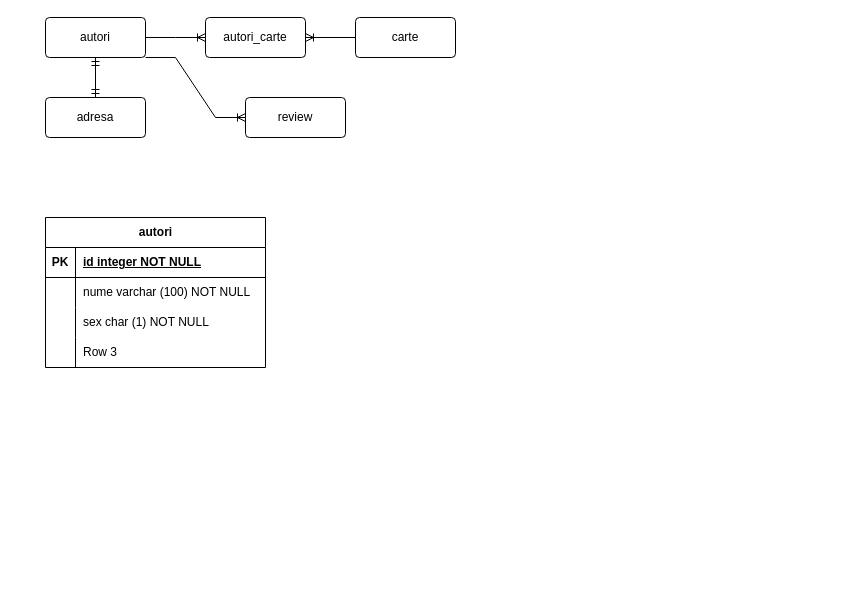
Before: Diagramă fără titlu.drawio in andreea-agrisan/modelare_db, a draw.io diagram. Source tidied: cells renumbered, new cells numbered last; positions are measured from the earlier drawing's top-left corner, leaving out a move shared by most shapes. Both pictures are drawn from the tidied source at 100%, with x=0, y=0 at pixel (45, 17).
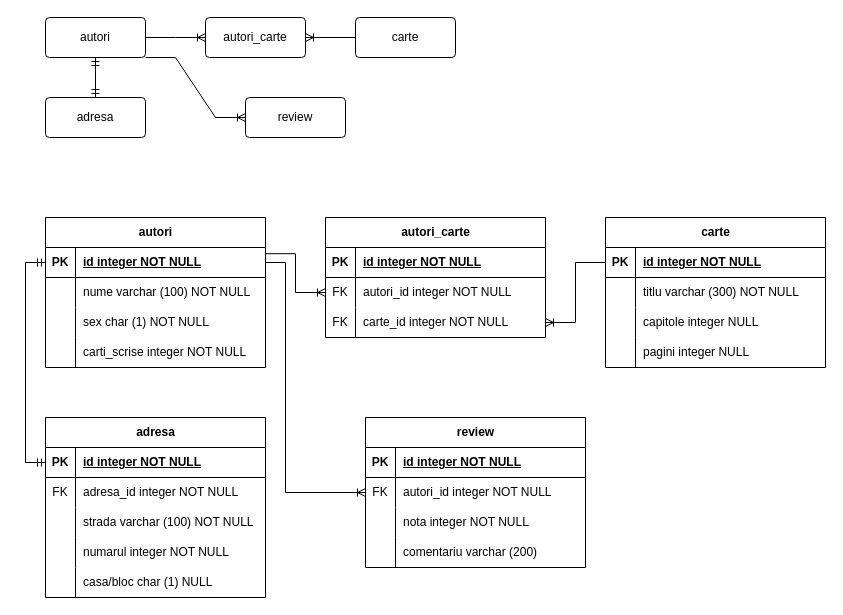
The same page after the edit.

The change refers to these unchanged cells:
```xml
<mxCell id="3" style="shape=tableRow;horizontal=0;startSize=0;swimlaneHead=0;swimlaneBody=0;fillColor=none;points=[[0,0.5],[1,0.5]];portConstraint=eastwest;top=0;left=0;right=0;bottom=1;" parent="2" vertex="1">
  <mxGeometry y="30" width="220" height="30" as="geometry" />
</mxCell>
<mxCell id="12" style="shape=tableRow;horizontal=0;startSize=0;swimlaneHead=0;swimlaneBody=0;fillColor=none;top=0;left=0;right=0;bottom=0;" parent="2" vertex="1">
  <mxGeometry y="120" width="220" height="30" as="geometry" />
</mxCell>
```

What changed in the source:
```diff
@@
-    <mxCell id="14" value="Row 3" style="shape=partialRectangle;fillColor=none;top=0;left=0;bottom=0;right=0;align=left;spacingLeft=6;overflow=hidden;whiteSpace=wrap;html=1;" parent="12" vertex="1">
+    <mxCell id="14" value="carti_scrise integer NOT NULL" style="shape=partialRectangle;fillColor=none;top=0;left=0;bottom=0;right=0;align=left;spacingLeft=6;overflow=hidden;whiteSpace=wrap;html=1;" parent="12" vertex="1">
       <mxGeometry x="30" width="190" height="30" as="geometry" />
     </mxCell>
@@
+    <mxCell id="24" value="autori_carte" style="shape=table;startSize=30;childLayout=tableLayout;rowLines=0;fontStyle=1;align=center;html=1;" parent="1" vertex="1">
+      <mxGeometry x="280" y="200" width="220" height="120" as="geometry" />
+    </mxCell>
+    <mxCell id="25" style="shape=tableRow;horizontal=0;startSize=0;swimlaneHead=0;swimlaneBody=0;fillColor=none;top=0;left=0;right=0;bottom=1;" parent="24" vertex="1">
+      <mxGeometry y="30" width="220" height="30" as="geometry" />
+    </mxCell>
+    <mxCell id="26" value="PK" style="shape=partialRectangle;fillColor=none;top=0;left=0;bottom=0;right=0;fontStyle=1;overflow=hidden;whiteSpace=wrap;html=1;" parent="25" vertex="1">
+      <mxGeometry width="30" height="30" as="geometry" />
+    </mxCell>
+    <mxCell id="27" value="id integer NOT NULL" style="shape=partialRectangle;fillColor=none;top=0;left=0;bottom=0;right=0;align=left;spacingLeft=6;fontStyle=5;overflow=hidden;whiteSpace=wrap;html=1;" parent="25" vertex="1">
+      <mxGeometry x="30" width="190" height="30" as="geometry" />
+    </mxCell>
+    <mxCell id="28" style="shape=tableRow;horizontal=0;startSize=0;swimlaneHead=0;swimlaneBody=0;fillColor=none;points=[[0,0.5],[1,0.5]];portConstraint=eastwest;top=0;left=0;right=0;bottom=0;" parent="24" vertex="1">
+      <mxGeometry y="60" width="220" height="30" as="geometry" />
+    </mxCell>
+    <mxCell id="29" value="FK" style="shape=partialRectangle;fillColor=none;top=0;left=0;bottom=0;right=0;overflow=hidden;whiteSpace=wrap;html=1;" parent="28" vertex="1">
+      <mxGeometry width="30" height="30" as="geometry" />
+    </mxCell>
+    <mxCell id="30" value="autori_id integer NOT NULL" style="shape=partialRectangle;fillColor=none;top=0;left=0;bottom=0;right=0;align=left;spacingLeft=6;overflow=hidden;whiteSpace=wrap;html=1;" parent="28" vertex="1">
+      <mxGeometry x="30" width="190" height="30" as="geometry" />
+    </mxCell>
+    <mxCell id="31" style="shape=tableRow;horizontal=0;startSize=0;swimlaneHead=0;swimlaneBody=0;fillColor=none;points=[[0,0.5],[1,0.5]];portConstraint=eastwest;top=0;left=0;right=0;bottom=0;" parent="24" vertex="1">
+      <mxGeometry y="90" width="220" height="30" as="geometry" />
+    </mxCell>
+    <mxCell id="32" value="FK" style="shape=partialRectangle;fillColor=none;top=0;left=0;bottom=0;right=0;overflow=hidden;whiteSpace=wrap;html=1;" parent="31" vertex="1">
+      <mxGeometry width="30" height="30" as="geometry" />
+    </mxCell>
+    <mxCell id="33" value="carte_id integer NOT NULL" style="shape=partialRectangle;fillColor=none;top=0;left=0;bottom=0;right=0;align=left;spacingLeft=6;overflow=hidden;whiteSpace=wrap;html=1;" parent="31" vertex="1">
+      <mxGeometry x="30" width="190" height="30" as="geometry" />
+    </mxCell>
+    <mxCell id="34" value="carte" style="shape=table;startSize=30;childLayout=tableLayout;rowLines=0;fontStyle=1;align=center;html=1;" parent="1" vertex="1">
+      <mxGeometry x="560" y="200" width="220" height="150" as="geometry" />
+    </mxCell>
+    <mxCell id="35" style="shape=tableRow;horizontal=0;startSize=0;swimlaneHead=0;swimlaneBody=0;fillColor=none;points=[[0,0.5],[1,0.5]];portConstraint=eastwest;top=0;left=0;right=0;bottom=1;" parent="34" vertex="1">
+      <mxGeometry y="30" width="220" height="30" as="geometry" />
+    </mxCell>
+    <mxCell id="36" value="PK" style="shape=partialRectangle;fillColor=none;top=0;left=0;bottom=0;right=0;fontStyle=1;overflow=hidden;whiteSpace=wrap;html=1;" parent="35" vertex="1">
+      <mxGeometry width="30" height="30" as="geometry" />
+    </mxCell>
+    <mxCell id="37" value="id integer NOT NULL" style="shape=partialRectangle;fillColor=none;top=0;left=0;bottom=0;right=0;align=left;spacingLeft=6;fontStyle=5;overflow=hidden;whiteSpace=wrap;html=1;" parent="35" vertex="1">
+      <mxGeometry x="30" width="190" height="30" as="geometry" />
+    </mxCell>
+    <mxCell id="38" style="shape=tableRow;horizontal=0;startSize=0;swimlaneHead=0;swimlaneBody=0;fillColor=none;top=0;left=0;right=0;bottom=0;" parent="34" vertex="1">
+      <mxGeometry y="60" width="220" height="30" as="geometry" />
+    </mxCell>
+    <mxCell id="39" style="shape=partialRectangle;fillColor=none;top=0;left=0;bottom=0;right=0;overflow=hidden;whiteSpace=wrap;html=1;" parent="38" vertex="1">
+      <mxGeometry width="30" height="30" as="geometry" />
+    </mxCell>
+    <mxCell id="40" value="titlu varchar (300) NOT NULL&amp;nbsp;" style="shape=partialRectangle;fillColor=none;top=0;left=0;bottom=0;right=0;align=left;spacingLeft=6;overflow=hidden;whiteSpace=wrap;html=1;" parent="38" vertex="1">
+      <mxGeometry x="30" width="190" height="30" as="geometry" />
+    </mxCell>
+    <mxCell id="41" style="shape=tableRow;horizontal=0;startSize=0;swimlaneHead=0;swimlaneBody=0;fillColor=none;top=0;left=0;right=0;bottom=0;" parent="34" vertex="1">
+      <mxGeometry y="90" width="220" height="30" as="geometry" />
+    </mxCell>
+    <mxCell id="42" style="shape=partialRectangle;fillColor=none;top=0;left=0;bottom=0;right=0;overflow=hidden;whiteSpace=wrap;html=1;" parent="41" vertex="1">
+      <mxGeometry width="30" height="30" as="geometry" />
+    </mxCell>
+    <mxCell id="43" value="capitole integer NULL" style="shape=partialRectangle;fillColor=none;top=0;left=0;bottom=0;right=0;align=left;spacingLeft=6;overflow=hidden;whiteSpace=wrap;html=1;" parent="41" vertex="1">
+      <mxGeometry x="30" width="190" height="30" as="geometry" />
+    </mxCell>
+    <mxCell id="44" style="shape=tableRow;horizontal=0;startSize=0;swimlaneHead=0;swimlaneBody=0;fillColor=none;top=0;left=0;right=0;bottom=0;" parent="34" vertex="1">
+      <mxGeometry y="120" width="220" height="30" as="geometry" />
+    </mxCell>
+    <mxCell id="45" style="shape=partialRectangle;fillColor=none;top=0;left=0;bottom=0;right=0;overflow=hidden;whiteSpace=wrap;html=1;" parent="44" vertex="1">
+      <mxGeometry width="30" height="30" as="geometry" />
+    </mxCell>
+    <mxCell id="46" value="pagini integer NULL" style="shape=partialRectangle;fillColor=none;top=0;left=0;bottom=0;right=0;align=left;spacingLeft=6;overflow=hidden;whiteSpace=wrap;html=1;" parent="44" vertex="1">
+      <mxGeometry x="30" width="190" height="30" as="geometry" />
+    </mxCell>
+    <mxCell id="47" value="adresa" style="shape=table;startSize=30;childLayout=tableLayout;rowLines=0;fontStyle=1;align=center;html=1;" parent="1" vertex="1">
+      <mxGeometry y="400" width="220" height="180" as="geometry" />
+    </mxCell>
+    <mxCell id="48" style="shape=tableRow;horizontal=0;startSize=0;swimlaneHead=0;swimlaneBody=0;fillColor=none;points=[[0,0.5],[1,0.5]];portConstraint=eastwest;top=0;left=0;right=0;bottom=1;" parent="47" vertex="1">
+      <mxGeometry y="30" width="220" height="30" as="geometry" />
+    </mxCell>
+    <mxCell id="49" value="PK" style="shape=partialRectangle;fillColor=none;top=0;left=0;bottom=0;right=0;fontStyle=1;overflow=hidden;whiteSpace=wrap;html=1;" parent="48" vertex="1">
+      <mxGeometry width="30" height="30" as="geometry" />
+    </mxCell>
+    <mxCell id="50" value="id integer NOT NULL" style="shape=partialRectangle;fillColor=none;top=0;left=0;bottom=0;right=0;align=left;spacingLeft=6;fontStyle=5;overflow=hidden;whiteSpace=wrap;html=1;" parent="48" vertex="1">
+      <mxGeometry x="30" width="190" height="30" as="geometry" />
+    </mxCell>
+    <mxCell id="51" style="shape=tableRow;horizontal=0;startSize=0;swimlaneHead=0;swimlaneBody=0;fillColor=none;top=0;left=0;right=0;bottom=0;" parent="47" vertex="1">
+      <mxGeometry y="60" width="220" height="30" as="geometry" />
+    </mxCell>
+    <mxCell id="52" value="FK" style="shape=partialRectangle;fillColor=none;top=0;left=0;bottom=0;right=0;overflow=hidden;whiteSpace=wrap;html=1;" parent="51" vertex="1">
+      <mxGeometry width="30" height="30" as="geometry" />
+    </mxCell>
+    <mxCell id="53" value="adresa_id integer NOT NULL" style="shape=partialRectangle;fillColor=none;top=0;left=0;bottom=0;right=0;align=left;spacingLeft=6;overflow=hidden;whiteSpace=wrap;html=1;" parent="51" vertex="1">
+      <mxGeometry x="30" width="190" height="30" as="geometry" />
+    </mxCell>
+    <mxCell id="54" style="shape=tableRow;horizontal=0;startSize=0;swimlaneHead=0;swimlaneBody=0;fillColor=none;top=0;left=0;right=0;bottom=0;" parent="47" vertex="1">
+      <mxGeometry y="90" width="220" height="30" as="geometry" />
+    </mxCell>
+    <mxCell id="55" style="shape=partialRectangle;fillColor=none;top=0;left=0;bottom=0;right=0;overflow=hidden;whiteSpace=wrap;html=1;" parent="54" vertex="1">
+      <mxGeometry width="30" height="30" as="geometry" />
+    </mxCell>
+    <mxCell id="56" value="strada varchar (100) NOT NULL&amp;nbsp;" style="shape=partialRectangle;fillColor=none;top=0;left=0;bottom=0;right=0;align=left;spacingLeft=6;overflow=hidden;whiteSpace=wrap;html=1;" parent="54" vertex="1">
+      <mxGeometry x="30" width="190" height="30" as="geometry" />
+    </mxCell>
+    <mxCell id="57" style="shape=tableRow;horizontal=0;startSize=0;swimlaneHead=0;swimlaneBody=0;fillColor=none;top=0;left=0;right=0;bottom=0;" parent="47" vertex="1">
+      <mxGeometry y="120" width="220" height="30" as="geometry" />
+    </mxCell>
+    <mxCell id="58" style="shape=partialRectangle;fillColor=none;top=0;left=0;bottom=0;right=0;overflow=hidden;whiteSpace=wrap;html=1;" parent="57" vertex="1">
+      <mxGeometry width="30" height="30" as="geometry" />
+    </mxCell>
+    <mxCell id="59" value="numarul integer NOT NULL" style="shape=partialRectangle;fillColor=none;top=0;left=0;bottom=0;right=0;align=left;spacingLeft=6;overflow=hidden;whiteSpace=wrap;html=1;" parent="57" vertex="1">
+      <mxGeometry x="30" width="190" height="30" as="geometry" />
+    </mxCell>
+    <mxCell id="60" style="shape=tableRow;horizontal=0;startSize=0;swimlaneHead=0;swimlaneBody=0;fillColor=none;top=0;left=0;right=0;bottom=0;" parent="47" vertex="1">
+      <mxGeometry y="150" width="220" height="30" as="geometry" />
+    </mxCell>
+    <mxCell id="61" style="shape=partialRectangle;fillColor=none;top=0;left=0;bottom=0;right=0;overflow=hidden;whiteSpace=wrap;html=1;" parent="60" vertex="1">
+      <mxGeometry width="30" height="30" as="geometry" />
+    </mxCell>
+    <mxCell id="62" value="casa/bloc char (1) NULL" style="shape=partialRectangle;fillColor=none;top=0;left=0;bottom=0;right=0;align=left;spacingLeft=6;overflow=hidden;whiteSpace=wrap;html=1;" parent="60" vertex="1">
+      <mxGeometry x="30" width="190" height="30" as="geometry" />
+    </mxCell>
+    <mxCell id="63" value="review" style="shape=table;startSize=30;childLayout=tableLayout;rowLines=0;fontStyle=1;align=center;html=1;" parent="1" vertex="1">
+      <mxGeometry x="320" y="400" width="220" height="150" as="geometry" />
+    </mxCell>
+    <mxCell id="64" style="shape=tableRow;horizontal=0;startSize=0;swimlaneHead=0;swimlaneBody=0;fillColor=none;top=0;left=0;right=0;bottom=1;" parent="63" vertex="1">
+      <mxGeometry y="30" width="220" height="30" as="geometry" />
+    </mxCell>
+    <mxCell id="65" value="PK" style="shape=partialRectangle;fillColor=none;top=0;left=0;bottom=0;right=0;fontStyle=1;overflow=hidden;whiteSpace=wrap;html=1;" parent="64" vertex="1">
+      <mxGeometry width="30" height="30" as="geometry" />
+    </mxCell>
+    <mxCell id="66" value="id integer NOT NULL" style="shape=partialRectangle;fillColor=none;top=0;left=0;bottom=0;right=0;align=left;spacingLeft=6;fontStyle=5;overflow=hidden;whiteSpace=wrap;html=1;" parent="64" vertex="1">
+      <mxGeometry x="30" width="190" height="30" as="geometry" />
+    </mxCell>
+    <mxCell id="67" style="shape=tableRow;horizontal=0;startSize=0;swimlaneHead=0;swimlaneBody=0;fillColor=none;points=[[0,0.5],[1,0.5]];portConstraint=eastwest;top=0;left=0;right=0;bottom=0;" parent="63" vertex="1">
+      <mxGeometry y="60" width="220" height="30" as="geometry" />
+    </mxCell>
+    <mxCell id="68" value="FK" style="shape=partialRectangle;fillColor=none;top=0;left=0;bottom=0;right=0;overflow=hidden;whiteSpace=wrap;html=1;" parent="67" vertex="1">
+      <mxGeometry width="30" height="30" as="geometry" />
+    </mxCell>
+    <mxCell id="69" value="autori_id integer NOT NULL" style="shape=partialRectangle;fillColor=none;top=0;left=0;bottom=0;right=0;align=left;spacingLeft=6;overflow=hidden;whiteSpace=wrap;html=1;" parent="67" vertex="1">
+      <mxGeometry x="30" width="190" height="30" as="geometry" />
+    </mxCell>
+    <mxCell id="70" style="shape=tableRow;horizontal=0;startSize=0;swimlaneHead=0;swimlaneBody=0;fillColor=none;top=0;left=0;right=0;bottom=0;" parent="63" vertex="1">
+      <mxGeometry y="90" width="220" height="30" as="geometry" />
+    </mxCell>
+    <mxCell id="71" style="shape=partialRectangle;fillColor=none;top=0;left=0;bottom=0;right=0;overflow=hidden;whiteSpace=wrap;html=1;" parent="70" vertex="1">
+      <mxGeometry width="30" height="30" as="geometry" />
+    </mxCell>
+    <mxCell id="72" value="nota integer NOT NULL" style="shape=partialRectangle;fillColor=none;top=0;left=0;bottom=0;right=0;align=left;spacingLeft=6;overflow=hidden;whiteSpace=wrap;html=1;" parent="70" vertex="1">
+      <mxGeometry x="30" width="190" height="30" as="geometry" />
+    </mxCell>
+    <mxCell id="73" style="shape=tableRow;horizontal=0;startSize=0;swimlaneHead=0;swimlaneBody=0;fillColor=none;top=0;left=0;right=0;bottom=0;" parent="63" vertex="1">
+      <mxGeometry y="120" width="220" height="30" as="geometry" />
+    </mxCell>
+    <mxCell id="74" style="shape=partialRectangle;fillColor=none;top=0;left=0;bottom=0;right=0;overflow=hidden;whiteSpace=wrap;html=1;" parent="73" vertex="1">
+      <mxGeometry width="30" height="30" as="geometry" />
+    </mxCell>
+    <mxCell id="75" value="comentariu varchar (200)" style="shape=partialRectangle;fillColor=none;top=0;left=0;bottom=0;right=0;align=left;spacingLeft=6;overflow=hidden;whiteSpace=wrap;html=1;" parent="73" vertex="1">
+      <mxGeometry x="30" width="190" height="30" as="geometry" />
+    </mxCell>
+    <mxCell id="76" style="edgeStyle=entityRelationEdgeStyle;fontSize=12;html=1;endArrow=ERoneToMany;rounded=0;exitX=1;exitY=0.207;exitDx=0;exitDy=0;entryX=0;entryY=0.5;entryDx=0;entryDy=0;exitPerimeter=0;" parent="1" edge="1" source="3" target="28">
+      <mxGeometry relative="1" as="geometry" />
+    </mxCell>
+    <mxCell id="77" style="edgeStyle=entityRelationEdgeStyle;fontSize=12;html=1;endArrow=ERoneToMany;rounded=0;exitX=0;exitY=0.5;exitDx=0;exitDy=0;entryX=1;entryY=0.5;entryDx=0;entryDy=0;" parent="1" edge="1" source="35" target="31">
+      <mxGeometry relative="1" as="geometry" />
+    </mxCell>
+    <mxCell id="78" style="edgeStyle=orthogonalEdgeStyle;fontSize=12;html=1;endArrow=ERoneToMany;rounded=0;exitX=1;exitY=0.5;exitDx=0;exitDy=0;entryX=0;entryY=0.5;entryDx=0;entryDy=0;" parent="1" edge="1" source="3" target="67">
+      <mxGeometry relative="1" as="geometry">
+        <Array as="points">
+          <mxPoint x="240" y="245" />
+          <mxPoint x="240" y="475" />
+        </Array>
+      </mxGeometry>
+    </mxCell>
+    <mxCell id="79" style="edgeStyle=orthogonalEdgeStyle;fontSize=12;html=1;endArrow=ERmandOne;startArrow=ERmandOne;rounded=0;exitX=0;exitY=0.5;exitDx=0;exitDy=0;entryX=0;entryY=0.5;entryDx=0;entryDy=0;" parent="1" edge="1" source="3" target="48">
+      <mxGeometry relative="1" as="geometry">
+        <Array as="points">
+          <mxPoint x="-20" y="245" />
+          <mxPoint x="-20" y="445" />
+        </Array>
+      </mxGeometry>
+    </mxCell>
```
